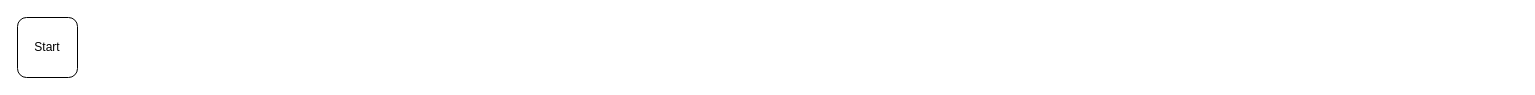
Before: Untitled Diagram.drawio in Adrian-Staudt/soegen-game, a draw.io diagram. Source tidied: cells renumbered, new cells numbered last; positions are measured from the earlier drawing's top-left corner, leaving out a move shared by most shapes. Both pictures are drawn from the tidied source at 100%, with x=0, y=0 at pixel (17, 17).
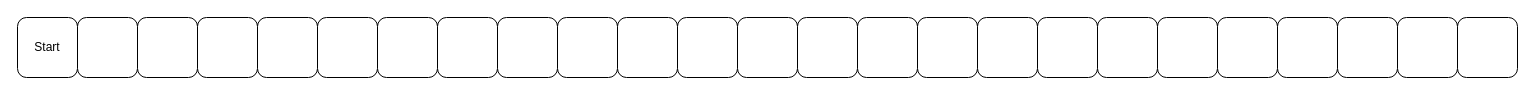
The same diagram, later.

The edit, as a diff of the source:
```diff
@@
+    <mxCell id="4" style="rounded=1;whiteSpace=wrap;html=1;" parent="1" vertex="1">
+      <mxGeometry x="60" width="60" height="60" as="geometry" />
+    </mxCell>
+    <mxCell id="5" style="rounded=1;whiteSpace=wrap;html=1;" parent="1" vertex="1">
+      <mxGeometry x="120" width="60" height="60" as="geometry" />
+    </mxCell>
+    <mxCell id="6" style="rounded=1;whiteSpace=wrap;html=1;" parent="1" vertex="1">
+      <mxGeometry x="180" width="60" height="60" as="geometry" />
+    </mxCell>
+    <mxCell id="7" style="rounded=1;whiteSpace=wrap;html=1;" parent="1" vertex="1">
+      <mxGeometry x="240" width="60" height="60" as="geometry" />
+    </mxCell>
+    <mxCell id="8" style="rounded=1;whiteSpace=wrap;html=1;" parent="1" vertex="1">
+      <mxGeometry x="300" width="60" height="60" as="geometry" />
+    </mxCell>
+    <mxCell id="9" style="rounded=1;whiteSpace=wrap;html=1;" parent="1" vertex="1">
+      <mxGeometry x="360" width="60" height="60" as="geometry" />
+    </mxCell>
+    <mxCell id="10" style="rounded=1;whiteSpace=wrap;html=1;" parent="1" vertex="1">
+      <mxGeometry x="420" width="60" height="60" as="geometry" />
+    </mxCell>
+    <mxCell id="11" style="rounded=1;whiteSpace=wrap;html=1;" parent="1" vertex="1">
+      <mxGeometry x="480" width="60" height="60" as="geometry" />
+    </mxCell>
+    <mxCell id="12" style="rounded=1;whiteSpace=wrap;html=1;" parent="1" vertex="1">
+      <mxGeometry x="540" width="60" height="60" as="geometry" />
+    </mxCell>
+    <mxCell id="13" style="rounded=1;whiteSpace=wrap;html=1;" parent="1" vertex="1">
+      <mxGeometry x="600" width="60" height="60" as="geometry" />
+    </mxCell>
+    <mxCell id="14" style="rounded=1;whiteSpace=wrap;html=1;" parent="1" vertex="1">
+      <mxGeometry x="660" width="60" height="60" as="geometry" />
+    </mxCell>
+    <mxCell id="15" style="rounded=1;whiteSpace=wrap;html=1;" parent="1" vertex="1">
+      <mxGeometry x="720" width="60" height="60" as="geometry" />
+    </mxCell>
+    <mxCell id="16" style="rounded=1;whiteSpace=wrap;html=1;" parent="1" vertex="1">
+      <mxGeometry x="780" width="60" height="60" as="geometry" />
+    </mxCell>
+    <mxCell id="17" style="rounded=1;whiteSpace=wrap;html=1;" parent="1" vertex="1">
+      <mxGeometry x="840" width="60" height="60" as="geometry" />
+    </mxCell>
+    <mxCell id="18" style="rounded=1;whiteSpace=wrap;html=1;" parent="1" vertex="1">
+      <mxGeometry x="900" width="60" height="60" as="geometry" />
+    </mxCell>
+    <mxCell id="19" style="rounded=1;whiteSpace=wrap;html=1;" parent="1" vertex="1">
+      <mxGeometry x="960" width="60" height="60" as="geometry" />
+    </mxCell>
+    <mxCell id="20" style="rounded=1;whiteSpace=wrap;html=1;" parent="1" vertex="1">
+      <mxGeometry x="1020" width="60" height="60" as="geometry" />
+    </mxCell>
+    <mxCell id="21" style="rounded=1;whiteSpace=wrap;html=1;" parent="1" vertex="1">
+      <mxGeometry x="1080" width="60" height="60" as="geometry" />
+    </mxCell>
+    <mxCell id="22" style="rounded=1;whiteSpace=wrap;html=1;" parent="1" vertex="1">
+      <mxGeometry x="1140" width="60" height="60" as="geometry" />
+    </mxCell>
+    <mxCell id="23" style="rounded=1;whiteSpace=wrap;html=1;" parent="1" vertex="1">
+      <mxGeometry x="1200" width="60" height="60" as="geometry" />
+    </mxCell>
+    <mxCell id="24" style="rounded=1;whiteSpace=wrap;html=1;" parent="1" vertex="1">
+      <mxGeometry x="1260" width="60" height="60" as="geometry" />
+    </mxCell>
+    <mxCell id="25" style="rounded=1;whiteSpace=wrap;html=1;" parent="1" vertex="1">
+      <mxGeometry x="1320" width="60" height="60" as="geometry" />
+    </mxCell>
+    <mxCell id="26" style="rounded=1;whiteSpace=wrap;html=1;" parent="1" vertex="1">
+      <mxGeometry x="1380" width="60" height="60" as="geometry" />
+    </mxCell>
+    <mxCell id="27" style="rounded=1;whiteSpace=wrap;html=1;" parent="1" vertex="1">
+      <mxGeometry x="1440" width="60" height="60" as="geometry" />
+    </mxCell>
```
